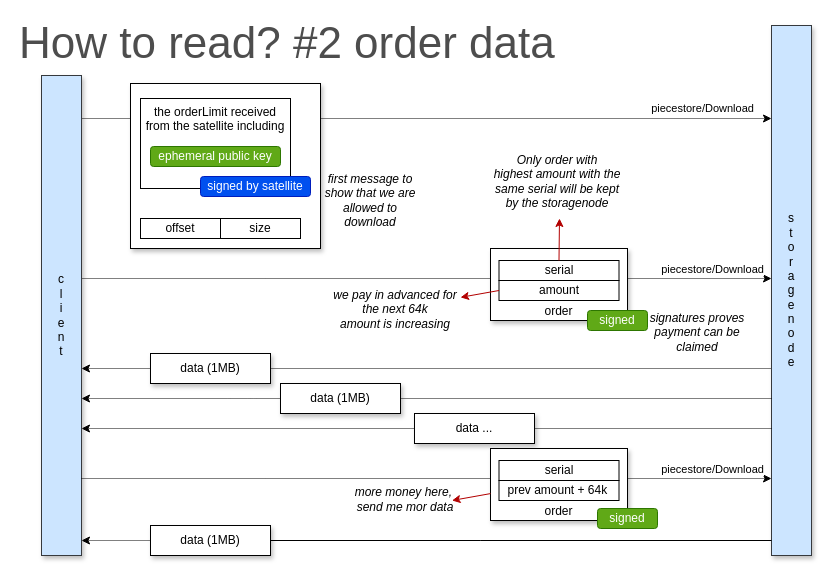
Earlier version of the draw.io diagram page "read2" (8 of 8) of storj.drawio (storj/illustrated). Source tidied: cells renumbered, new cells numbered last; positions are measured from the earlier drawing's top-left corner, leaving out a move shared by most shapes. Both pictures are drawn from the tidied source at 100%, with x=0, y=0 at pixel (17, 18).
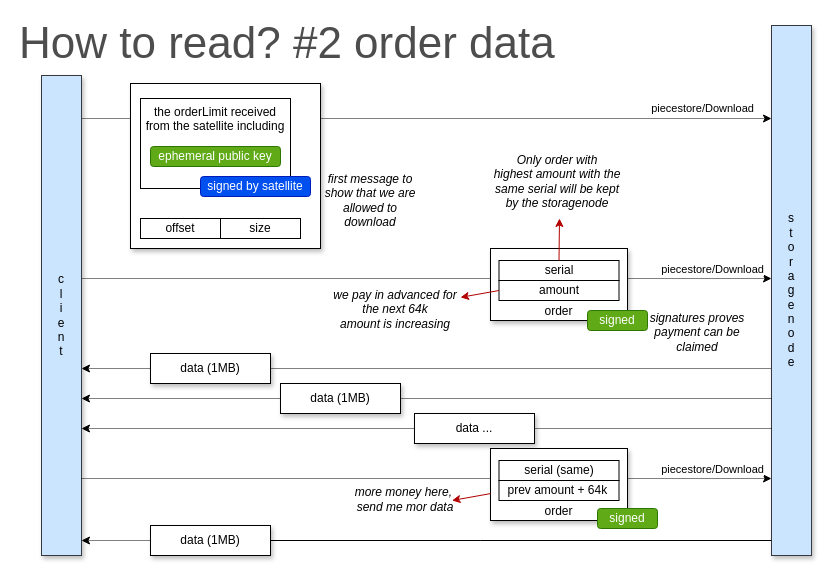
The same diagram, later.

Diff of the diagram source:
```diff
@@
-    <mxCell id="37" value="serial" style="rounded=0;whiteSpace=wrap;html=1;shadow=0;" parent="1" vertex="1">
+    <mxCell id="37" value="serial (same)" style="rounded=0;whiteSpace=wrap;html=1;shadow=0;" parent="1" vertex="1">
       <mxGeometry x="481.5" y="442" width="120" height="20" as="geometry" />
     </mxCell>
```
